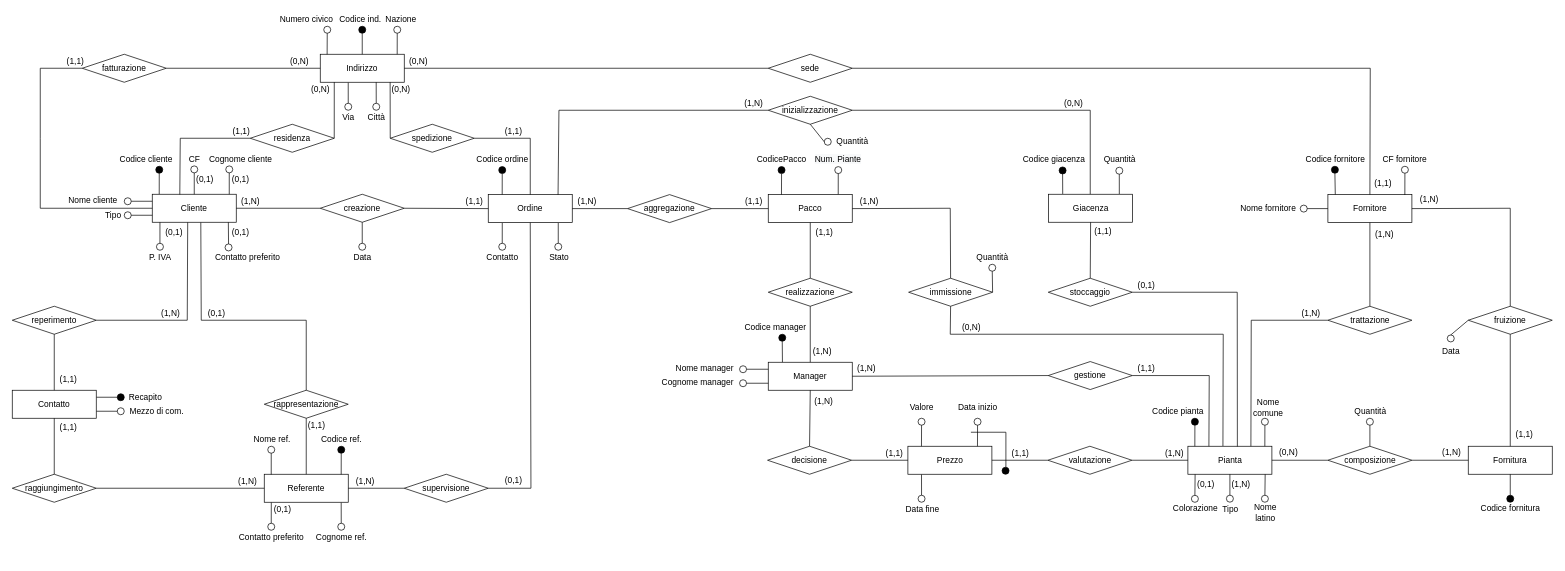
nic-agos/Verde-S.R.L keeps this draw.io diagram as ER-diagrams/ER-master-bis.drawio. Above is the earlier version. Source tidied: cells renumbered, new cells numbered last; positions are measured from the earlier drawing's top-left corner, leaving out a move shared by most shapes. Both pictures are drawn from the tidied source at 70%, with x=0, y=0 at pixel (12, 12).
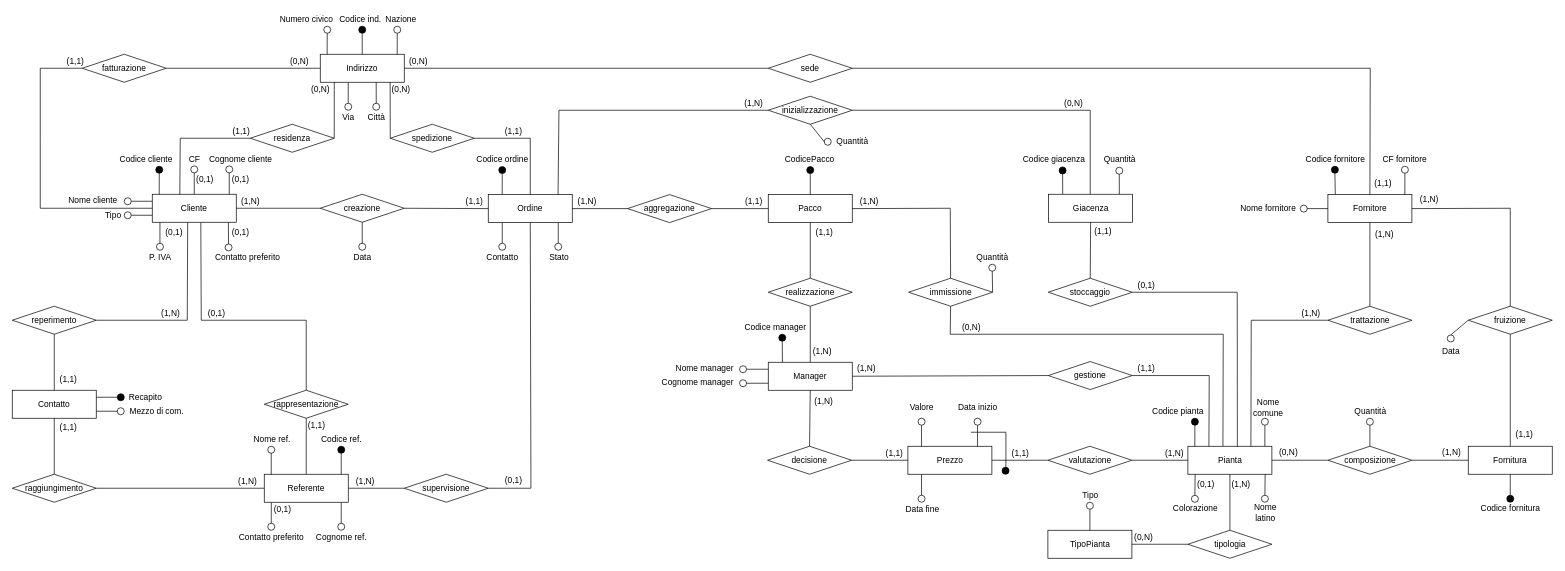
The same page after the edit.

Unchanged cells that the change refers to:
```xml
<mxCell id="31" value="Pacco" style="rounded=0;whiteSpace=wrap;html=1;strokeWidth=1;perimeterSpacing=0;" parent="1" vertex="1">
  <mxGeometry x="1080" y="260.5" width="120" height="40" as="geometry" />
</mxCell>
<mxCell id="70" value="Pianta" style="rounded=0;whiteSpace=wrap;html=1;strokeWidth=1;perimeterSpacing=0;" parent="1" vertex="1">
  <mxGeometry x="1679.5" y="620" width="120" height="40" as="geometry" />
</mxCell>
```

Change to the diagram source:
```diff
@@
-    <mxCell id="37" style="endArrow=none;html=1;rounded=0;fillColor=#000000;entryX=0.166;entryY=0;entryDx=0;entryDy=0;entryPerimeter=0;exitX=0.5;exitY=1;exitDx=0;exitDy=0;" parent="1" edge="1" source="38">
-      <mxGeometry relative="1" as="geometry">
-        <mxPoint x="1098.9" y="260.5" as="targetPoint" />
-      </mxGeometry>
+    <mxCell id="37" style="endArrow=none;html=1;rounded=0;fillColor=#000000;entryX=0.5;entryY=0;entryDx=0;entryDy=0;exitX=0.5;exitY=1;exitDx=0;exitDy=0;" parent="1" edge="1" source="38" target="31">
+      <mxGeometry relative="1" as="geometry" />
     </mxCell>
     <mxCell id="38" style="ellipse;whiteSpace=wrap;html=1;strokeWidth=1;fillColor=#000000;" parent="1" vertex="1">
-      <mxGeometry x="1094" y="220.5" width="10" height="10" as="geometry" />
+      <mxGeometry x="1135" y="220.5" width="10" height="10" as="geometry" />
     </mxCell>
     <mxCell id="39" value="CodicePacco" style="text;html=1;align=center;verticalAlign=middle;strokeColor=none;fillColor=none;" parent="1" vertex="1">
-      <mxGeometry x="1054" y="200.5" width="90" height="20" as="geometry" />
+      <mxGeometry x="1094" y="200" width="90" height="20" as="geometry" />
     </mxCell>
@@
-    <mxCell id="46" style="endArrow=none;html=1;rounded=0;fillColor=#000000;exitX=0.5;exitY=1;exitDx=0;exitDy=0;entryX=0.833;entryY=-0.013;entryDx=0;entryDy=0;entryPerimeter=0;" parent="1" edge="1" source="47" target="31">
-      <mxGeometry relative="1" as="geometry" />
-    </mxCell>
-    <mxCell id="47" style="ellipse;whiteSpace=wrap;html=1;strokeWidth=1;fillColor=none;" parent="1" vertex="1">
-      <mxGeometry x="1175" y="220.5" width="10" height="10" as="geometry" />
-    </mxCell>
-    <mxCell id="48" value="&lt;span style=&quot;color: rgb(0 , 0 , 0) ; font-family: &amp;#34;helvetica&amp;#34; ; font-size: 12px ; font-style: normal ; font-weight: 400 ; letter-spacing: normal ; text-align: center ; text-indent: 0px ; text-transform: none ; word-spacing: 0px ; background-color: rgb(248 , 249 , 250) ; display: inline ; float: none&quot;&gt;Num. Piante&lt;/span&gt;" style="text;whiteSpace=wrap;html=1;" parent="1" vertex="1">
-      <mxGeometry x="1145" y="195.5" width="80" height="30" as="geometry" />
-    </mxCell>
@@
-    <mxCell id="186" style="ellipse;whiteSpace=wrap;html=1;strokeWidth=1;fillColor=none;" parent="1" vertex="1">
-      <mxGeometry x="1734.5" y="689.9" width="10" height="10" as="geometry" />
-    </mxCell>
@@
-    <mxCell id="188" value="Tipo" style="text;html=1;align=center;verticalAlign=middle;strokeColor=none;fillColor=none;" parent="1" vertex="1">
-      <mxGeometry x="1719.5" y="699.9" width="40" height="20" as="geometry" />
-    </mxCell>
-    <mxCell id="189" style="endArrow=none;html=1;rounded=0;exitX=0.5;exitY=0;exitDx=0;exitDy=0;entryX=0.5;entryY=1;entryDx=0;entryDy=0;" parent="1" edge="1" source="186" target="70">
+    <mxCell id="189" style="endArrow=none;html=1;rounded=0;exitX=0.5;exitY=0;exitDx=0;exitDy=0;entryX=0.5;entryY=1;entryDx=0;entryDy=0;" parent="1" edge="1" source="259" target="70">
       <mxGeometry relative="1" as="geometry" />
     </mxCell>
@@
+    <mxCell id="258" value="TipoPianta" style="rounded=0;whiteSpace=wrap;html=1;strokeWidth=1;perimeterSpacing=0;" parent="1" vertex="1">
+      <mxGeometry x="1479.5" y="740" width="120" height="40" as="geometry" />
+    </mxCell>
+    <mxCell id="259" value="tipologia" style="rhombus;whiteSpace=wrap;html=1;" parent="1" vertex="1">
+      <mxGeometry x="1679.5" y="740" width="120" height="40" as="geometry" />
+    </mxCell>
+    <mxCell id="260" style="endArrow=none;html=1;rounded=0;exitX=1;exitY=0.5;exitDx=0;exitDy=0;entryX=0;entryY=0.5;entryDx=0;entryDy=0;" parent="1" edge="1" source="258" target="259">
+      <mxGeometry relative="1" as="geometry" />
+    </mxCell>
+    <mxCell id="261" value="(0,N)" style="text;html=1;align=center;verticalAlign=middle;strokeColor=none;fillColor=none;" parent="1" vertex="1">
+      <mxGeometry x="1596" y="740" width="40" height="20" as="geometry" />
+    </mxCell>
+    <mxCell id="262" style="ellipse;whiteSpace=wrap;html=1;strokeWidth=1;fillColor=none;" parent="1" vertex="1">
+      <mxGeometry x="1534.5" y="700" width="10" height="10" as="geometry" />
+    </mxCell>
+    <mxCell id="263" style="endArrow=none;html=1;rounded=0;exitX=0.5;exitY=0;exitDx=0;exitDy=0;entryX=0.5;entryY=1;entryDx=0;entryDy=0;" parent="1" edge="1" source="258" target="262">
+      <mxGeometry relative="1" as="geometry" />
+    </mxCell>
+    <mxCell id="188" value="Tipo" style="text;html=1;align=center;verticalAlign=middle;strokeColor=none;fillColor=none;" parent="1" vertex="1">
+      <mxGeometry x="1519.5" y="681" width="40" height="20" as="geometry" />
+    </mxCell>
```
